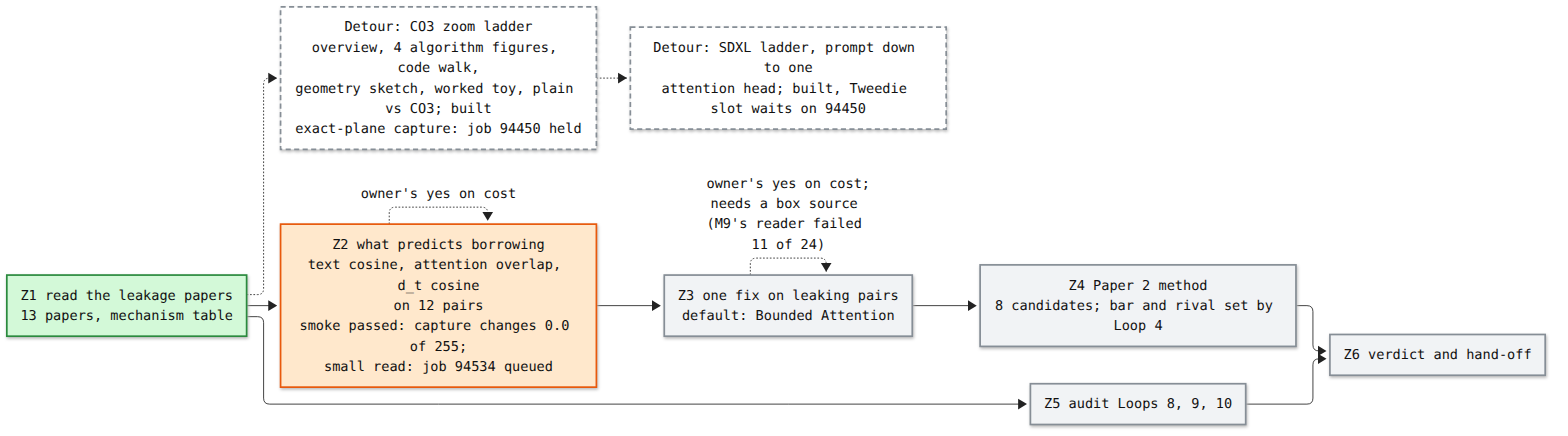
The Mermaid diagram artifacts/notes/progress/leakage/loop-12-progress.png in mo-rsa24/concept-composition, before a commit. Its source is kept beside it as artifacts/notes/progress/leakage/loop-12-progress.mmd.
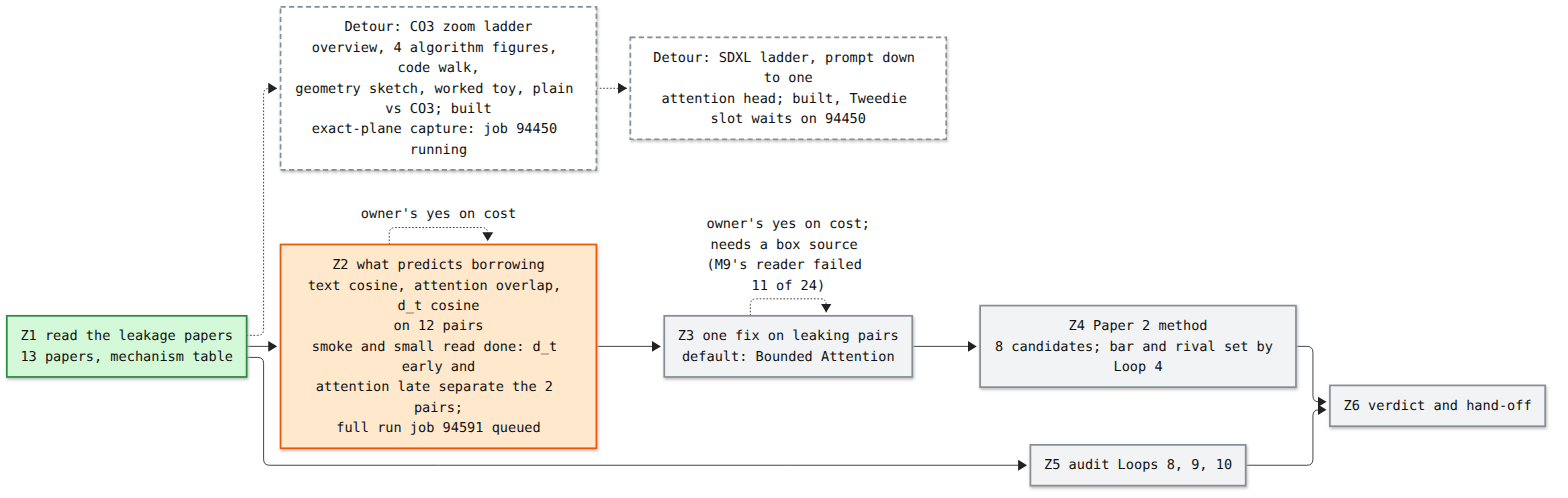
Above is the later version.

Commit message:
Loop 12 map: Z2 small read done, full run queued

Change to the diagram source:
```diff
@@ -1,12 +1,12 @@
 %%{init: {'theme': 'base', 'themeVariables': {'fontFamily': 'monospace', 'primaryColor': '#ffffff', 'primaryBorderColor': '#222222', 'primaryTextColor': '#111111', 'lineColor': '#222222'}}}%%
 flowchart LR
   Z1["Z1 read the leakage papers<br/>13 papers, mechanism table"]:::done
-  Z2["Z2 what predicts borrowing<br/>text cosine, attention overlap, d_t cosine<br/>on 12 pairs<br/>smoke passed: capture changes 0.0 of 255;<br/>small read: job 94534 queued"]:::doing
+  Z2["Z2 what predicts borrowing<br/>text cosine, attention overlap, d_t cosine<br/>on 12 pairs<br/>smoke and small read done: d_t early and<br/>attention late separate the 2 pairs;<br/>full run job 94591 queued"]:::doing
   Z3["Z3 one fix on leaking pairs<br/>default: Bounded Attention"]:::todo
   Z4["Z4 Paper 2 method<br/>8 candidates; bar and rival set by Loop 4"]:::todo
   Z5["Z5 audit Loops 8, 9, 10"]:::todo
   Z6["Z6 verdict and hand-off"]:::todo
-  LAD["Detour: CO3 zoom ladder<br/>overview, 4 algorithm figures, code walk,<br/>geometry sketch, worked toy, plain vs CO3; built<br/>exact-plane capture: job 94450 held"]:::detour
+  LAD["Detour: CO3 zoom ladder<br/>overview, 4 algorithm figures, code walk,<br/>geometry sketch, worked toy, plain vs CO3; built<br/>exact-plane capture: job 94450 running"]:::detour
   Z1 -.-> LAD
   SDX["Detour: SDXL ladder, prompt down to one<br/>attention head; built, Tweedie slot waits on 94450"]:::detour
   LAD -.-> SDX
```
